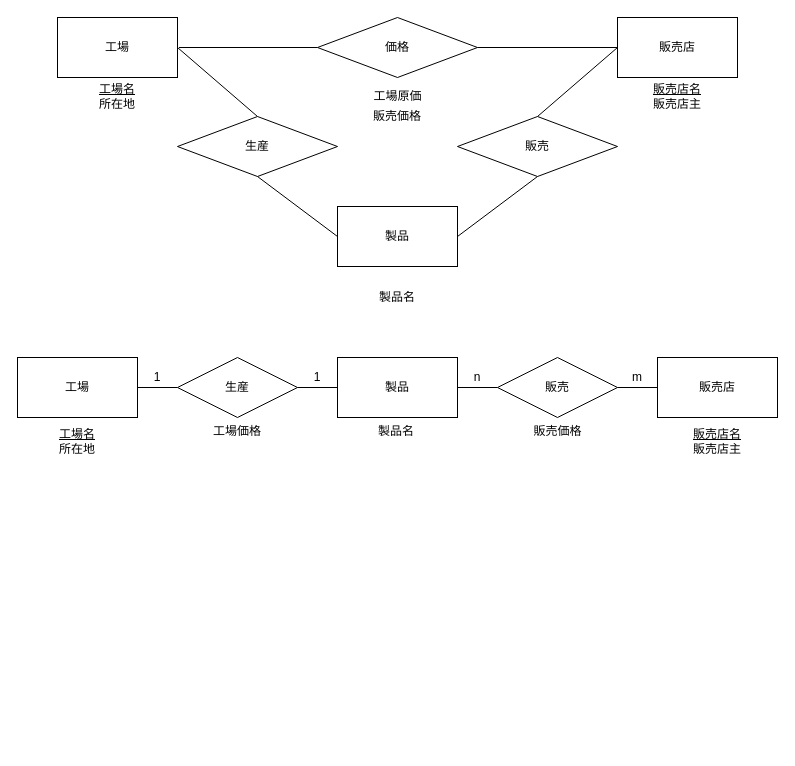
Before: データベース論.drawio in SindyD/Sindy, a draw.io diagram. Source tidied: cells renumbered, new cells numbered last; positions are measured from the earlier drawing's top-left corner, leaving out a move shared by most shapes. Both pictures are drawn from the tidied source at 100%, with x=0, y=0 at pixel (17, 17).
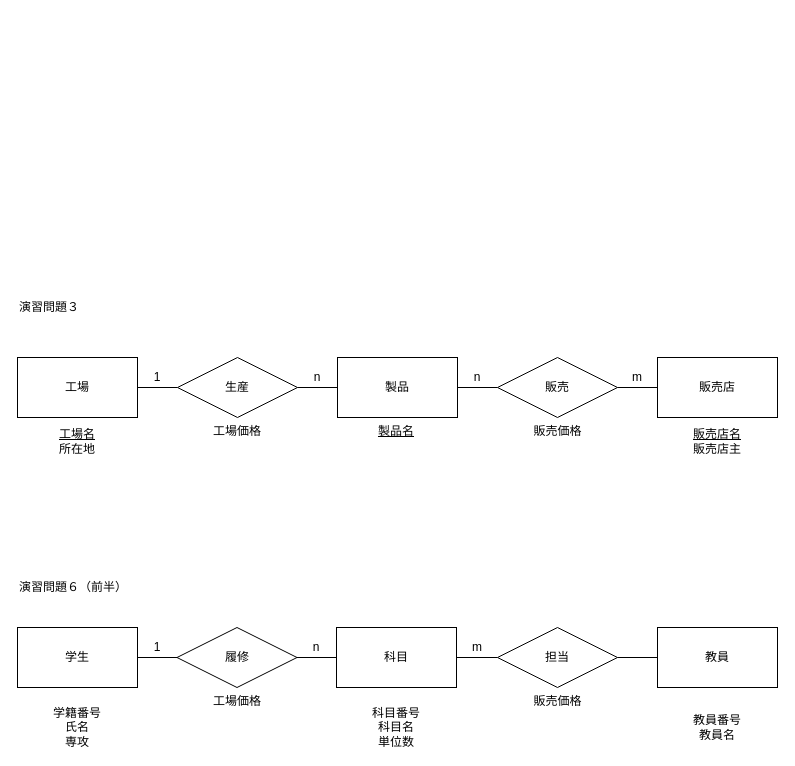
After the change.

Commit message:
Update データベース論.drawio

What changed in the source:
```diff
@@
-    <mxCell id="2" value="工場" style="rounded=0;whiteSpace=wrap;html=1;" parent="1" vertex="1">
-      <mxGeometry x="40" width="120" height="60" as="geometry" />
-    </mxCell>
-    <mxCell id="3" value="生産" style="rhombus;whiteSpace=wrap;html=1;" parent="1" vertex="1">
-      <mxGeometry x="160" y="99" width="160" height="60" as="geometry" />
-    </mxCell>
-    <mxCell id="4" value="製品" style="rounded=0;whiteSpace=wrap;html=1;" parent="1" vertex="1">
-      <mxGeometry x="320" y="189" width="120" height="60" as="geometry" />
-    </mxCell>
-    <mxCell id="5" value="販売" style="rhombus;whiteSpace=wrap;html=1;" parent="1" vertex="1">
-      <mxGeometry x="440" y="99" width="160" height="60" as="geometry" />
-    </mxCell>
-    <mxCell id="6" value="販売店" style="rounded=0;whiteSpace=wrap;html=1;" parent="1" vertex="1">
-      <mxGeometry x="600" width="120" height="60" as="geometry" />
-    </mxCell>
-    <mxCell id="7" value="&lt;u&gt;工場名&lt;/u&gt;&lt;br&gt;所在地" style="text;html=1;strokeColor=none;fillColor=none;align=center;verticalAlign=middle;whiteSpace=wrap;rounded=0;" parent="1" vertex="1">
-      <mxGeometry x="80" y="69" width="40" height="20" as="geometry" />
-    </mxCell>
-    <mxCell id="8" value="製品名&lt;br&gt;" style="text;html=1;strokeColor=none;fillColor=none;align=center;verticalAlign=middle;whiteSpace=wrap;rounded=0;" parent="1" vertex="1">
-      <mxGeometry x="360" y="270" width="40" height="20" as="geometry" />
-    </mxCell>
-    <mxCell id="9" value="工場原価" style="text;html=1;strokeColor=none;fillColor=none;align=center;verticalAlign=middle;whiteSpace=wrap;rounded=0;" parent="1" vertex="1">
-      <mxGeometry x="346.5" y="69" width="67" height="20" as="geometry" />
-    </mxCell>
-    <mxCell id="10" value="&lt;u&gt;販売店名&lt;/u&gt;&lt;br&gt;販売店主" style="text;html=1;strokeColor=none;fillColor=none;align=center;verticalAlign=middle;whiteSpace=wrap;rounded=0;" parent="1" vertex="1">
-      <mxGeometry x="613" y="69" width="94" height="20" as="geometry" />
-    </mxCell>
-    <mxCell id="11" value="価格" style="rhombus;whiteSpace=wrap;html=1;" parent="1" vertex="1">
-      <mxGeometry x="300" width="160" height="60" as="geometry" />
-    </mxCell>
-    <mxCell id="12" style="endArrow=none;html=1;exitX=0.5;exitY=0;exitDx=0;exitDy=0;entryX=0;entryY=0.5;entryDx=0;entryDy=0;" parent="1" edge="1" source="5" target="6">
-      <mxGeometry relative="1" as="geometry" />
-    </mxCell>
-    <mxCell id="13" style="endArrow=none;html=1;exitX=1;exitY=0.5;exitDx=0;exitDy=0;entryX=0.5;entryY=1;entryDx=0;entryDy=0;" parent="1" edge="1" source="4" target="5">
-      <mxGeometry relative="1" as="geometry" />
-    </mxCell>
-    <mxCell id="14" style="endArrow=none;html=1;exitX=0.5;exitY=1;exitDx=0;exitDy=0;entryX=0;entryY=0.5;entryDx=0;entryDy=0;" parent="1" edge="1" source="3" target="4">
-      <mxGeometry relative="1" as="geometry" />
-    </mxCell>
-    <mxCell id="15" style="endArrow=none;html=1;entryX=1;entryY=0.5;entryDx=0;entryDy=0;" parent="1" edge="1" target="2">
-      <mxGeometry relative="1" as="geometry">
-        <mxPoint x="240" y="99" as="sourcePoint" />
-      </mxGeometry>
-    </mxCell>
-    <mxCell id="16" style="endArrow=none;html=1;entryX=0;entryY=0.5;entryDx=0;entryDy=0;" parent="1" edge="1" target="11">
-      <mxGeometry relative="1" as="geometry">
-        <mxPoint x="161.5" y="30" as="sourcePoint" />
-      </mxGeometry>
-    </mxCell>
-    <mxCell id="17" style="endArrow=none;html=1;" parent="1" edge="1">
-      <mxGeometry relative="1" as="geometry">
-        <mxPoint x="460" y="30" as="sourcePoint" />
-        <mxPoint x="600" y="30" as="targetPoint" />
-      </mxGeometry>
-    </mxCell>
-    <mxCell id="18" value="販売価格" style="text;html=1;strokeColor=none;fillColor=none;align=center;verticalAlign=middle;whiteSpace=wrap;rounded=0;" parent="1" vertex="1">
-      <mxGeometry x="355" y="89" width="50" height="20" as="geometry" />
-    </mxCell>
@@
-    <mxCell id="22" value="製品名&lt;br&gt;" style="text;html=1;strokeColor=none;fillColor=none;align=center;verticalAlign=middle;whiteSpace=wrap;rounded=0;" parent="1" vertex="1">
+    <mxCell id="22" value="&lt;u&gt;製品名&lt;/u&gt;" style="text;html=1;strokeColor=none;fillColor=none;align=center;verticalAlign=middle;whiteSpace=wrap;rounded=0;" parent="1" vertex="1">
       <mxGeometry x="359" y="404" width="40" height="20" as="geometry" />
     </mxCell>
@@
-    <mxCell id="32" value="1" style="text;html=1;strokeColor=none;fillColor=none;align=center;verticalAlign=middle;whiteSpace=wrap;rounded=0;" parent="1" vertex="1">
+    <mxCell id="32" value="n" style="text;html=1;strokeColor=none;fillColor=none;align=center;verticalAlign=middle;whiteSpace=wrap;rounded=0;" parent="1" vertex="1">
       <mxGeometry x="280" y="350" width="40" height="20" as="geometry" />
     </mxCell>
@@
+    <mxCell id="37" value="学生" style="rounded=0;whiteSpace=wrap;html=1;" parent="1" vertex="1">
+      <mxGeometry y="610" width="120" height="60" as="geometry" />
+    </mxCell>
+    <mxCell id="38" value="演習問題３" style="text;html=1;strokeColor=none;fillColor=none;align=left;verticalAlign=middle;whiteSpace=wrap;rounded=0;" parent="1" vertex="1">
+      <mxGeometry y="280" width="170" height="20" as="geometry" />
+    </mxCell>
+    <mxCell id="39" value="演習問題６（前半）" style="text;html=1;strokeColor=none;fillColor=none;align=left;verticalAlign=middle;whiteSpace=wrap;rounded=0;" parent="1" vertex="1">
+      <mxGeometry y="560" width="150" height="20" as="geometry" />
+    </mxCell>
+    <mxCell id="40" value="学籍番号&lt;br&gt;氏名&lt;br&gt;専攻" style="text;html=1;strokeColor=none;fillColor=none;align=center;verticalAlign=middle;whiteSpace=wrap;rounded=0;" parent="1" vertex="1">
+      <mxGeometry x="20" y="700" width="80" height="20" as="geometry" />
+    </mxCell>
+    <mxCell id="41" value="科目" style="rounded=0;whiteSpace=wrap;html=1;align=center;" parent="1" vertex="1">
+      <mxGeometry x="319" y="610" width="120" height="60" as="geometry" />
+    </mxCell>
+    <mxCell id="42" value="科目番号&lt;br&gt;科目名&lt;br&gt;単位数" style="text;html=1;strokeColor=none;fillColor=none;align=center;verticalAlign=middle;whiteSpace=wrap;rounded=0;" parent="1" vertex="1">
+      <mxGeometry x="339" y="700" width="80" height="20" as="geometry" />
+    </mxCell>
+    <mxCell id="43" value="教員" style="rounded=0;whiteSpace=wrap;html=1;align=center;" parent="1" vertex="1">
+      <mxGeometry x="640" y="610" width="120" height="60" as="geometry" />
+    </mxCell>
+    <mxCell id="44" value="教員番号&lt;br&gt;教員名" style="text;html=1;strokeColor=none;fillColor=none;align=center;verticalAlign=middle;whiteSpace=wrap;rounded=0;" parent="1" vertex="1">
+      <mxGeometry x="660" y="700" width="80" height="20" as="geometry" />
+    </mxCell>
+    <mxCell id="45" value="履修" style="rhombus;whiteSpace=wrap;html=1;" parent="1" vertex="1">
+      <mxGeometry x="159.5" y="610" width="120" height="60" as="geometry" />
+    </mxCell>
+    <mxCell id="46" value="工場価格" style="text;html=1;strokeColor=none;fillColor=none;align=center;verticalAlign=middle;whiteSpace=wrap;rounded=0;" parent="1" vertex="1">
+      <mxGeometry x="194.5" y="674" width="50" height="20" as="geometry" />
+    </mxCell>
+    <mxCell id="47" value="担当" style="rhombus;whiteSpace=wrap;html=1;" parent="1" vertex="1">
+      <mxGeometry x="480" y="610" width="120" height="60" as="geometry" />
+    </mxCell>
+    <mxCell id="18" value="販売価格" style="text;html=1;strokeColor=none;fillColor=none;align=center;verticalAlign=middle;whiteSpace=wrap;rounded=0;" parent="1" vertex="1">
+      <mxGeometry x="512.5" y="674" width="55" height="20" as="geometry" />
+    </mxCell>
+    <mxCell id="48" style="endArrow=none;html=1;entryX=1;entryY=0.5;entryDx=0;entryDy=0;exitX=0;exitY=0.5;exitDx=0;exitDy=0;" parent="1" edge="1" source="45" target="37">
+      <mxGeometry relative="1" as="geometry" />
+    </mxCell>
+    <mxCell id="49" style="endArrow=none;html=1;entryX=1;entryY=0.5;entryDx=0;entryDy=0;exitX=0;exitY=0.5;exitDx=0;exitDy=0;" parent="1" edge="1" source="41" target="45">
+      <mxGeometry relative="1" as="geometry" />
+    </mxCell>
+    <mxCell id="50" style="endArrow=none;html=1;exitX=1;exitY=0.5;exitDx=0;exitDy=0;entryX=0;entryY=0.5;entryDx=0;entryDy=0;" parent="1" edge="1" source="41" target="47">
+      <mxGeometry relative="1" as="geometry" />
+    </mxCell>
+    <mxCell id="51" style="endArrow=none;html=1;exitX=1;exitY=0.5;exitDx=0;exitDy=0;entryX=0;entryY=0.5;entryDx=0;entryDy=0;" parent="1" edge="1" source="47" target="43">
+      <mxGeometry relative="1" as="geometry" />
+    </mxCell>
+    <mxCell id="52" value="1" style="text;html=1;strokeColor=none;fillColor=none;align=center;verticalAlign=middle;whiteSpace=wrap;rounded=0;" parent="1" vertex="1">
+      <mxGeometry x="119.5" y="620" width="40" height="20" as="geometry" />
+    </mxCell>
+    <mxCell id="53" value="n" style="text;html=1;strokeColor=none;fillColor=none;align=center;verticalAlign=middle;whiteSpace=wrap;rounded=0;" parent="1" vertex="1">
+      <mxGeometry x="279" y="620" width="40" height="20" as="geometry" />
+    </mxCell>
+    <mxCell id="54" value="m" style="text;html=1;strokeColor=none;fillColor=none;align=center;verticalAlign=middle;whiteSpace=wrap;rounded=0;direction=south;" parent="1" vertex="1">
+      <mxGeometry x="450" y="610" width="20" height="40" as="geometry" />
+    </mxCell>
```
